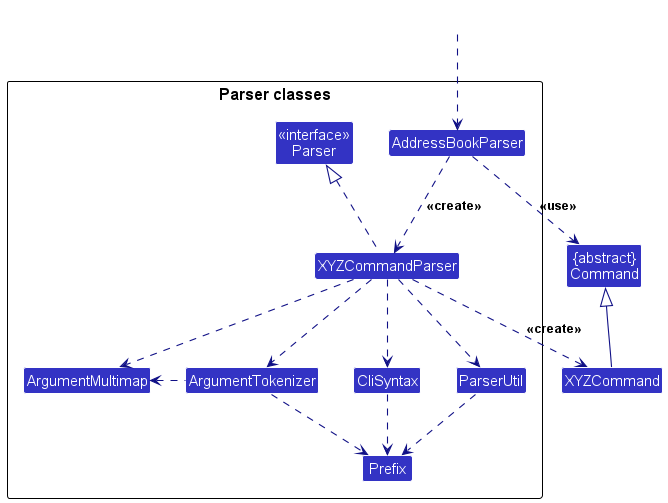
Earlier version of the PlantUML export docs/images/ParserClasses.png (nus-cs2103-AY2425S1/tp).
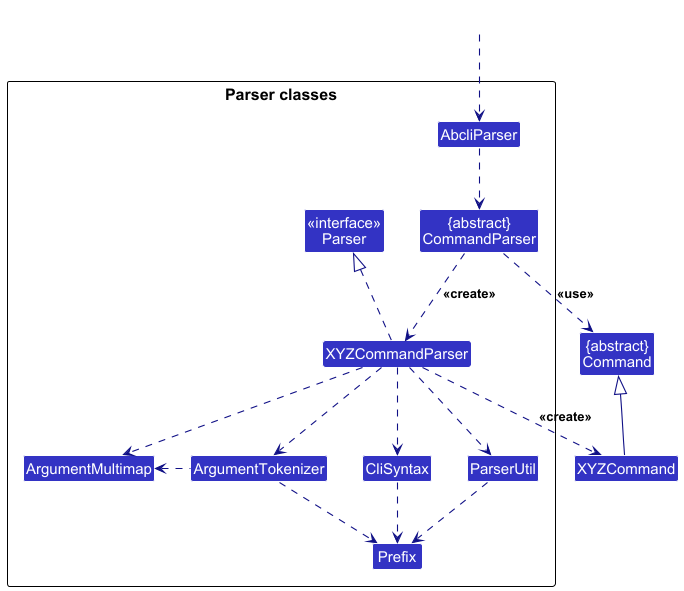
The same file after the commit.

The edit, as a diff of the source:
```diff
@@ -9,7 +9,8 @@
 
 package "Parser classes"{
 Class "<<interface>>\nParser" as Parser
-Class AddressBookParser
+Class "{abstract}\nCommandParser" as CommandParser
+Class AbcliParser
 Class XYZCommandParser
 Class CliSyntax
 Class ParserUtil
@@ -19,12 +20,13 @@
 }
 
 Class HiddenOutside #FFFFFF
-HiddenOutside ..> AddressBookParser
+HiddenOutside ..> AbcliParser
+AbcliParser ..> CommandParser
 
-AddressBookParser .down.> XYZCommandParser: <<create>>
+CommandParser .down.> XYZCommandParser: <<create>>
 
 XYZCommandParser ..> XYZCommand : <<create>>
-AddressBookParser ..> Command : <<use>>
+CommandParser ..> Command : <<use>>
 XYZCommandParser .up.|> Parser
 XYZCommandParser ..> ArgumentMultimap
 XYZCommandParser ..> ArgumentTokenizer
```
